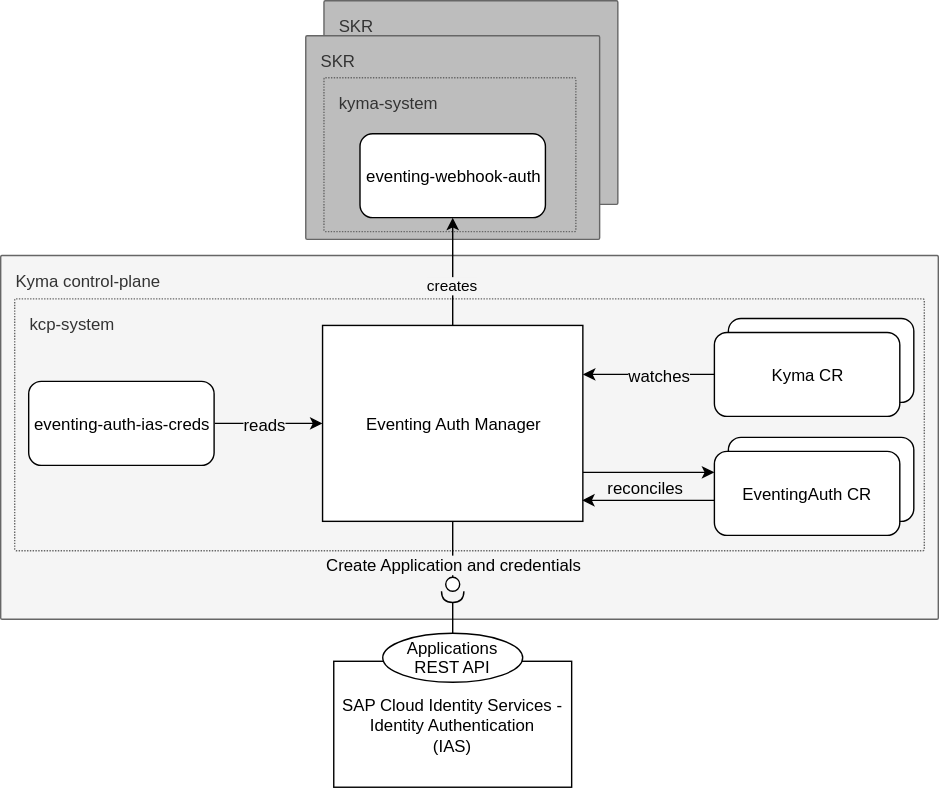
Before: docs/contributor/assets/overview.drawio.svg, a diagram exported from draw.io (kyma-project/eventing-auth-manager). Source tidied: cells renumbered, new cells last; positions are measured from the earlier drawing's top-left corner, leaving out a move shared by most shapes.
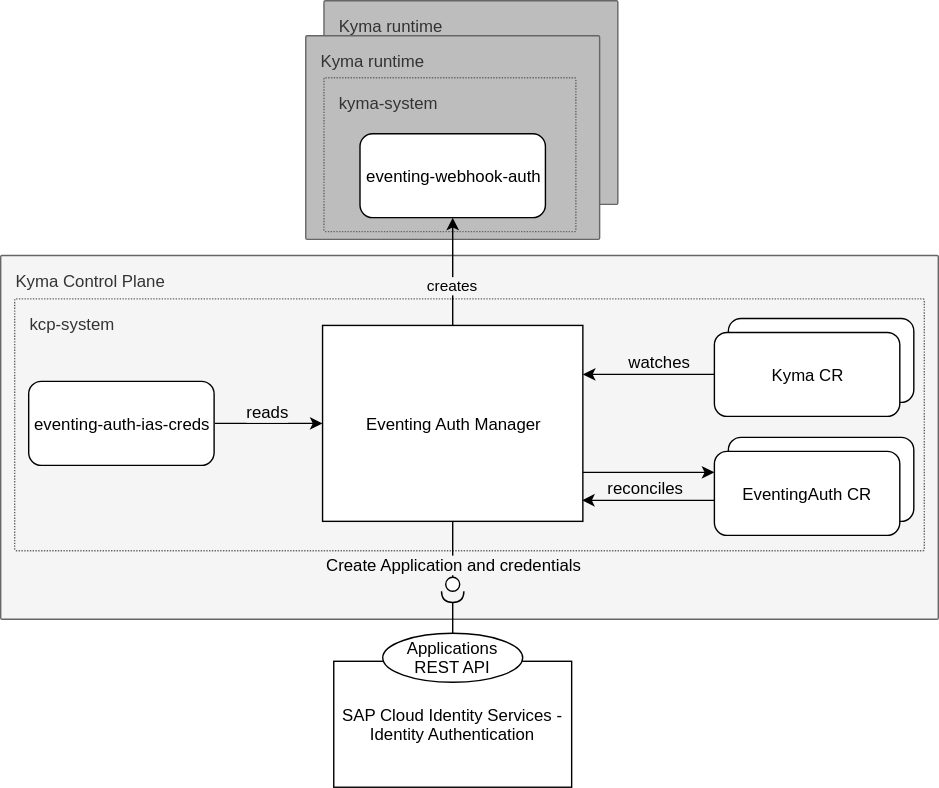
After the commit.

Change to the diagram source:
```diff
@@ -2,16 +2,16 @@
   <root>
     <mxCell id="0" />
     <mxCell id="1" parent="0" />
-    <mxCell id="2" value="Kyma control-plane" style="sketch=0;rounded=1;absoluteArcSize=1;arcSize=2;html=1;strokeColor=#666666;shadow=0;dashed=0;fontSize=12;fontColor=#333333;align=left;verticalAlign=top;spacing=10;spacingTop=-4;whiteSpace=wrap;fillColor=#f5f5f5;" parent="1" vertex="1">
+    <mxCell id="2" value="Kyma Control Plane" style="sketch=0;rounded=1;absoluteArcSize=1;arcSize=2;html=1;strokeColor=#666666;shadow=0;dashed=0;fontSize=12;fontColor=#333333;align=left;verticalAlign=top;spacing=10;spacingTop=-4;whiteSpace=wrap;fillColor=#f5f5f5;" parent="1" vertex="1">
       <mxGeometry y="182" width="670" height="260" as="geometry" />
     </mxCell>
     <mxCell id="3" value="kcp-system" style="sketch=0;rounded=1;absoluteArcSize=1;arcSize=2;html=1;strokeColor=#666666;shadow=0;dashed=1;fontSize=12;align=left;verticalAlign=top;spacing=10;spacingTop=-4;whiteSpace=wrap;fillColor=none;fontColor=#333333;dashPattern=1 1;" parent="1" vertex="1">
       <mxGeometry x="10" y="213" width="650" height="180" as="geometry" />
     </mxCell>
-    <mxCell id="4" value="SKR" style="sketch=0;rounded=1;absoluteArcSize=1;arcSize=2;html=1;strokeColor=#666666;shadow=0;dashed=0;fontSize=12;align=left;verticalAlign=top;spacing=10;spacingTop=-4;whiteSpace=wrap;fillColor=#BDBDBD;fontColor=#333333;" parent="1" vertex="1">
+    <mxCell id="4" value="Kyma runtime" style="sketch=0;rounded=1;absoluteArcSize=1;arcSize=2;html=1;strokeColor=#666666;shadow=0;dashed=0;fontSize=12;align=left;verticalAlign=top;spacing=10;spacingTop=-4;whiteSpace=wrap;fillColor=#BDBDBD;fontColor=#333333;" parent="1" vertex="1">
       <mxGeometry x="231" width="210" height="145.5" as="geometry" />
     </mxCell>
-    <mxCell id="5" value="SKR" style="sketch=0;rounded=1;absoluteArcSize=1;arcSize=2;html=1;strokeColor=#666666;shadow=0;dashed=0;fontSize=12;align=left;verticalAlign=top;spacing=10;spacingTop=-4;whiteSpace=wrap;fillColor=#BDBDBD;fontColor=#333333;" parent="1" vertex="1">
+    <mxCell id="5" value="Kyma runtime" style="sketch=0;rounded=1;absoluteArcSize=1;arcSize=2;html=1;strokeColor=#666666;shadow=0;dashed=0;fontSize=12;align=left;verticalAlign=top;spacing=10;spacingTop=-4;whiteSpace=wrap;fillColor=#BDBDBD;fontColor=#333333;" parent="1" vertex="1">
       <mxGeometry x="218" y="25" width="210" height="145.5" as="geometry" />
     </mxCell>
     <mxCell id="6" value="kyma-system" style="sketch=0;rounded=1;absoluteArcSize=1;arcSize=2;html=1;strokeColor=#666666;shadow=0;dashed=1;fontSize=12;align=left;verticalAlign=top;spacing=10;spacingTop=-4;whiteSpace=wrap;fillColor=none;fontColor=#333333;dashPattern=1 1;" parent="1" vertex="1">
@@ -23,8 +23,10 @@
     <mxCell id="8" style="edgeStyle=orthogonalEdgeStyle;rounded=0;jettySize=auto;html=1;entryX=1;entryY=0.5;entryDx=0;entryDy=0;startArrow=classic;startFill=1;endArrow=none;endFill=0;" parent="1" edge="1" source="12" target="7">
       <mxGeometry relative="1" as="geometry" />
     </mxCell>
-    <mxCell id="9" value="reads" style="edgeLabel;html=1;align=center;verticalAlign=middle;spacing=2;labelBackgroundColor=#F5F5F5;spacingRight=0;" parent="8" vertex="1">
-      <mxGeometry x="0.08" relative="1" as="geometry" />
+    <mxCell id="9" value="reads" style="edgeLabel;html=1;align=center;verticalAlign=middle;spacing=2;labelBackgroundColor=#F5F5F5;spacingRight=0;spacingBottom=8;" parent="8" vertex="1">
+      <mxGeometry x="0.08" relative="1" as="geometry">
+        <mxPoint x="2" y="-5" as="offset" />
+      </mxGeometry>
     </mxCell>
     <mxCell id="10" style="edgeStyle=orthogonalEdgeStyle;rounded=0;jettySize=auto;html=1;exitX=1;exitY=0.75;exitDx=0;exitDy=0;entryX=0;entryY=0.25;entryDx=0;entryDy=0;" parent="1" edge="1" source="12" target="20">
       <mxGeometry relative="1" as="geometry" />
@@ -40,7 +42,7 @@
     <mxCell id="13" style="edgeStyle=orthogonalEdgeStyle;rounded=0;jettySize=auto;html=1;entryX=1;entryY=0.25;entryDx=0;entryDy=0;" parent="1" edge="1" source="17" target="12">
       <mxGeometry relative="1" as="geometry" />
     </mxCell>
-    <mxCell id="14" value="watches" style="edgeLabel;html=1;align=center;verticalAlign=middle;labelBackgroundColor=#F5F5F5;" parent="13" vertex="1">
+    <mxCell id="14" value="watches" style="edgeLabel;html=1;align=center;verticalAlign=middle;labelBackgroundColor=#F5F5F5;spacingBottom=19;" parent="13" vertex="1">
       <mxGeometry x="0.02" y="-1" relative="1" as="geometry">
         <mxPoint x="8" y="1" as="offset" />
       </mxGeometry>
@@ -90,7 +92,7 @@
     <mxCell id="26" style="ellipse;whiteSpace=wrap;html=1;align=center;points=[];outlineConnect=0;sketch=0;" parent="1" vertex="1">
       <mxGeometry x="318" y="412" width="10" height="10" as="geometry" />
     </mxCell>
-    <mxCell id="27" value="SAP Cloud Identity Services - Identity Authentication&lt;br&gt;(IAS)" style="rounded=0;whiteSpace=wrap;html=1;" parent="1" vertex="1">
+    <mxCell id="27" value="SAP Cloud Identity Services - Identity Authentication" style="rounded=0;whiteSpace=wrap;html=1;" parent="1" vertex="1">
       <mxGeometry x="238" y="472" width="170" height="90" as="geometry" />
     </mxCell>
     <mxCell id="28" value="Applications REST API" style="ellipse;whiteSpace=wrap;html=1;" parent="1" vertex="1">
```
